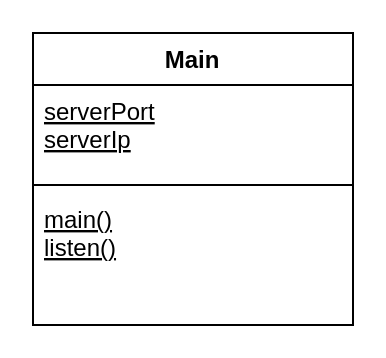
FabioKron/Online-Immobilienportal keeps this draw.io diagram as EntwurfsdiagrammClient.drawio. Above is the earlier version. Source tidied: cells renumbered, new cells numbered last; positions are measured from the earlier drawing's top-left corner, leaving out a move shared by most shapes. Both pictures are drawn from the tidied source at 200%, with x=0, y=0 at pixel (32, 32).
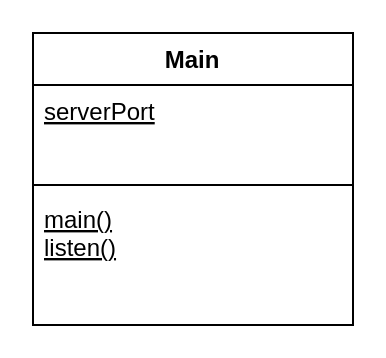
The same diagram, later.

Commit message (it also covers changes not shown here):
Verschieben der serverIP von Attribut zu Parameter von main() bei den Diagrammen des Clients Im Code wurde diese Änderung bereits umgesetzt

Diff of the diagram source:
```diff
@@
 <mxGraphModel>
   <root>
     <mxCell id="0" />
     <mxCell id="1" parent="0" />
     <mxCell id="2" value="Main" style="swimlane;fontStyle=1;align=center;verticalAlign=top;horizontal=1;startSize=26;" parent="1" vertex="1">
       <mxGeometry width="160" height="146" as="geometry" />
     </mxCell>
-    <mxCell id="3" value="serverPort&#10;serverIp" style="text;strokeColor=none;fillColor=none;align=left;verticalAlign=top;spacingLeft=4;spacingRight=4;overflow=hidden;fontStyle=4;" parent="2" vertex="1">
+    <mxCell id="3" value="serverPort&#10;" style="text;strokeColor=none;fillColor=none;align=left;verticalAlign=top;spacingLeft=4;spacingRight=4;overflow=hidden;fontStyle=4;" parent="2" vertex="1">
       <mxGeometry y="26" width="160" height="46" as="geometry" />
     </mxCell>
     <mxCell id="4" style="line;strokeWidth=1;fillColor=none;align=left;verticalAlign=middle;spacingTop=-1;spacingLeft=3;spacingRight=3;labelPosition=right;" parent="2" vertex="1">
       <mxGeometry y="72" width="160" height="8" as="geometry" />
     </mxCell>
     <mxCell id="5" value="main()&#10;listen()&#10;" style="text;strokeColor=none;fillColor=none;align=left;verticalAlign=top;spacingLeft=4;spacingRight=4;overflow=hidden;fontStyle=4;" parent="2" vertex="1">
       <mxGeometry y="80" width="160" height="66" as="geometry" />
     </mxCell>
   </root>
 </mxGraphModel>
```
